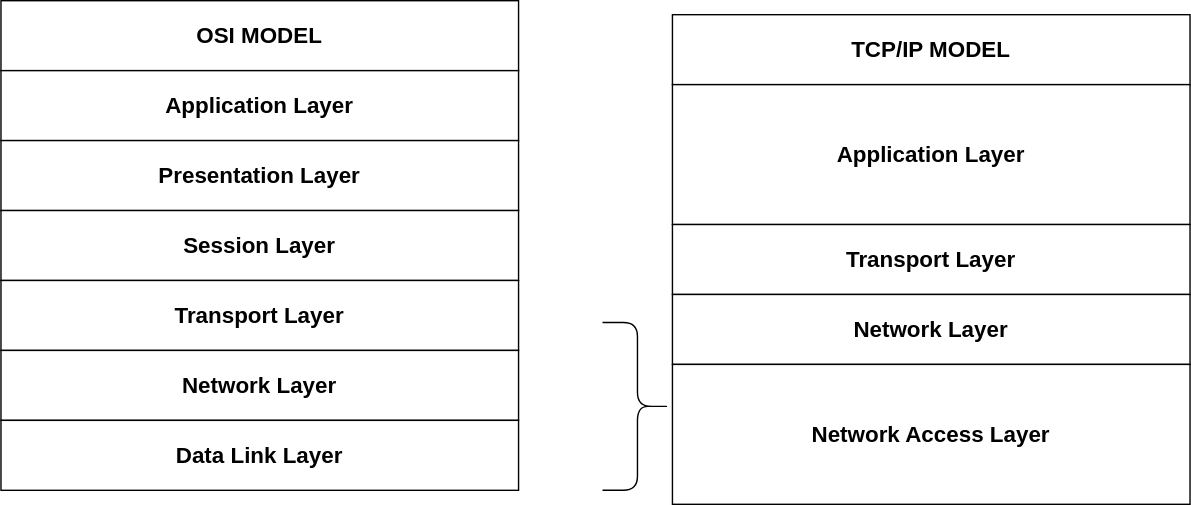
Before: TCP/IP Model.drawio.svg, a diagram exported from draw.io (chloe-valentine/network-diagrams). Source tidied: cells renumbered, new cells last; positions are measured from the earlier drawing's top-left corner, leaving out a move shared by most shapes.
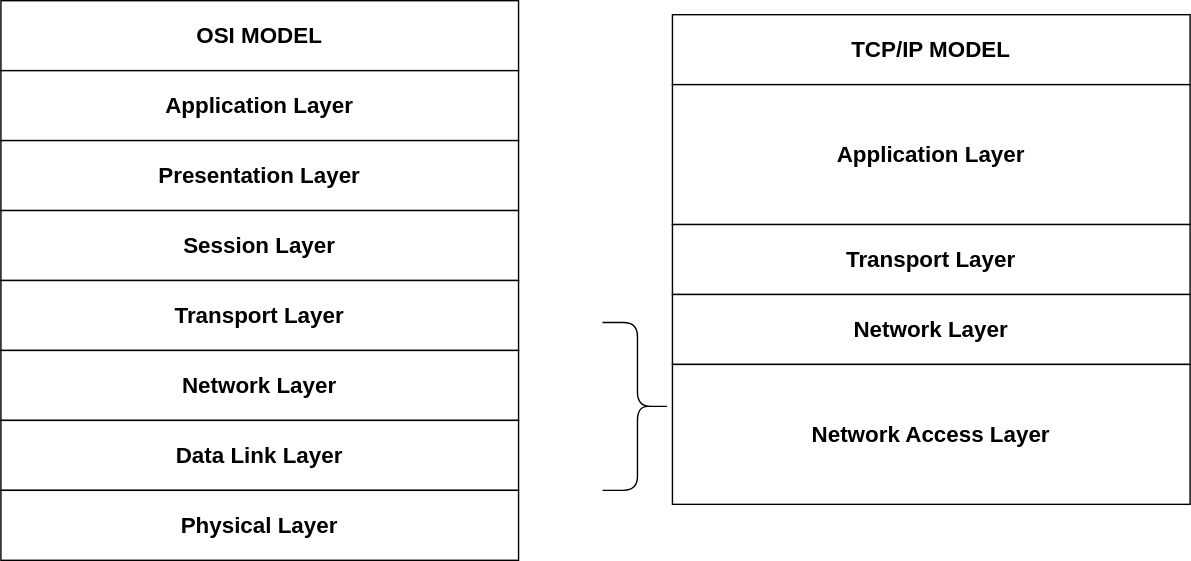
The same file after the commit.

Diff of the diagram source:
```diff
@@ -41,5 +41,8 @@
     <mxCell id="14" value="&lt;font style=&quot;font-size: 16px;&quot;&gt;&lt;b&gt;Data Link Layer&lt;/b&gt;&lt;/font&gt;" style="rounded=0;whiteSpace=wrap;html=1;" parent="1" vertex="1">
       <mxGeometry y="300" width="370" height="50" as="geometry" />
     </mxCell>
+    <mxCell id="15" value="&lt;font style=&quot;font-size: 16px;&quot;&gt;&lt;b&gt;Physical Layer&lt;/b&gt;&lt;/font&gt;" style="rounded=0;whiteSpace=wrap;html=1;" parent="1" vertex="1">
+      <mxGeometry y="350" width="370" height="50" as="geometry" />
+    </mxCell>
   </root>
 </mxGraphModel>
```
